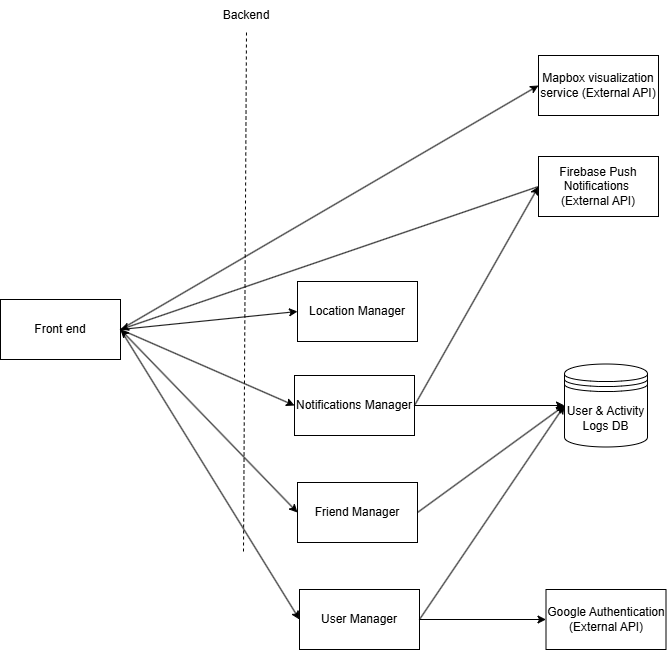
The draw.io diagram documentation/images/M4/Dependency-Diagram.png in dorawyy/CPEN321_CMIYC, before a commit. Source tidied: cells renumbered, new cells last; positions are measured from the earlier drawing's top-left corner, leaving out a move shared by most shapes.
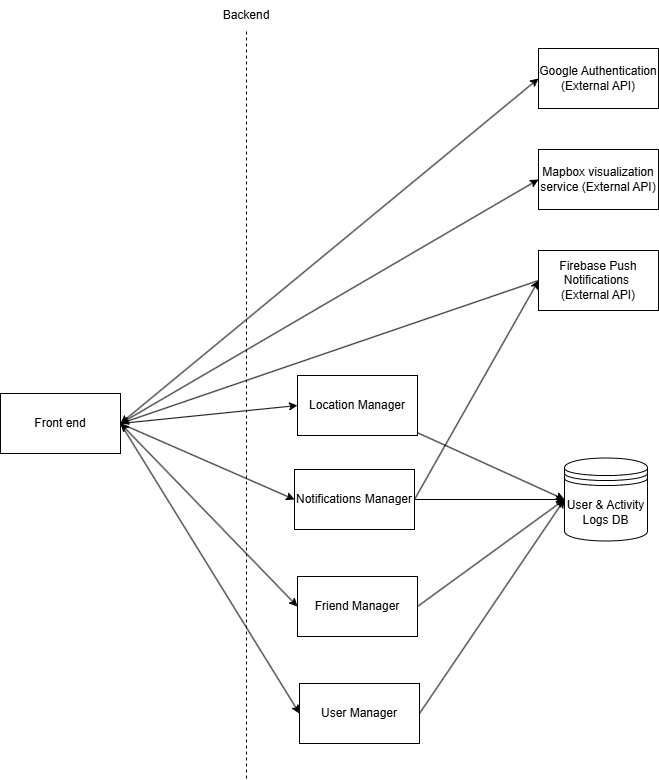
Later version of the same file.

What changed in the source:
```diff
@@ -5,14 +5,20 @@
     <mxCell id="2" style="rounded=0;jettySize=auto;html=1;exitX=1;exitY=0.5;exitDx=0;exitDy=0;entryX=0;entryY=0.5;entryDx=0;entryDy=0;startArrow=classic;startFill=1;" parent="1" edge="1" source="3" target="23">
       <mxGeometry relative="1" as="geometry" />
     </mxCell>
+    <mxCell id="24" style="rounded=0;jettySize=auto;html=1;entryX=0;entryY=0.5;entryDx=0;entryDy=0;exitX=1;exitY=0.5;exitDx=0;exitDy=0;startArrow=classic;startFill=1;" parent="1" edge="1" source="3" target="8">
+      <mxGeometry relative="1" as="geometry" />
+    </mxCell>
     <mxCell id="3" value="Front end" style="rounded=0;whiteSpace=wrap;html=1;" parent="1" vertex="1">
       <mxGeometry y="299" width="120" height="60" as="geometry" />
     </mxCell>
     <mxCell id="4" style="endArrow=none;dashed=1;html=1;rounded=0;entryX=0.5;entryY=1;entryDx=0;entryDy=0;" parent="1" edge="1" target="21">
       <mxGeometry relative="1" as="geometry">
-        <mxPoint x="243" y="551" as="sourcePoint" />
+        <mxPoint x="246" y="684" as="sourcePoint" />
       </mxGeometry>
     </mxCell>
+    <mxCell id="25" style="rounded=0;jettySize=auto;html=1;entryX=0;entryY=0.5;entryDx=0;entryDy=0;" parent="1" edge="1" source="5" target="10">
+      <mxGeometry relative="1" as="geometry" />
+    </mxCell>
     <mxCell id="5" value="Location Manager" style="rounded=0;whiteSpace=wrap;html=1;" parent="1" vertex="1">
       <mxGeometry x="297" y="281" width="120" height="60" as="geometry" />
     </mxCell>
@@ -22,9 +28,6 @@
     <mxCell id="7" value="User Manager" style="rounded=0;whiteSpace=wrap;html=1;" parent="1" vertex="1">
       <mxGeometry x="299" y="589" width="120" height="60" as="geometry" />
     </mxCell>
-    <mxCell id="8" value="Google Authentication (External API)" style="rounded=0;whiteSpace=wrap;html=1;" parent="1" vertex="1">
-      <mxGeometry x="545.5" y="589" width="120" height="60" as="geometry" />
-    </mxCell>
     <mxCell id="9" value="Mapbox visualization service (External API)" style="rounded=0;whiteSpace=wrap;html=1;" parent="1" vertex="1">
       <mxGeometry x="538" y="55" width="120" height="60" as="geometry" />
     </mxCell>
@@ -43,9 +46,6 @@
     <mxCell id="14" style="endArrow=classic;html=1;rounded=0;exitX=1;exitY=0.5;exitDx=0;exitDy=0;entryX=0;entryY=0.5;entryDx=0;entryDy=0;" parent="1" edge="1" source="3" target="7">
       <mxGeometry relative="1" as="geometry" />
     </mxCell>
-    <mxCell id="15" style="endArrow=classic;html=1;rounded=0;exitX=1;exitY=0.5;exitDx=0;exitDy=0;entryX=0;entryY=0.5;entryDx=0;entryDy=0;" parent="1" edge="1" source="7" target="8">
-      <mxGeometry relative="1" as="geometry" />
-    </mxCell>
     <mxCell id="16" style="endArrow=classic;html=1;rounded=0;exitX=1;exitY=0.5;exitDx=0;exitDy=0;entryX=0;entryY=0.5;entryDx=0;entryDy=0;" parent="1" edge="1" source="7" target="10">
       <mxGeometry relative="1" as="geometry" />
     </mxCell>
@@ -62,7 +62,7 @@
       <mxGeometry relative="1" as="geometry" />
     </mxCell>
     <mxCell id="21" value="Backend" style="text;html=1;align=center;verticalAlign=middle;whiteSpace=wrap;rounded=0;" parent="1" vertex="1">
-      <mxGeometry x="216" width="60" height="30" as="geometry" />
+      <mxGeometry x="216" y="-94" width="60" height="30" as="geometry" />
     </mxCell>
     <mxCell id="22" style="rounded=0;jettySize=auto;html=1;entryX=0;entryY=0.5;entryDx=0;entryDy=0;exitX=1;exitY=0.5;exitDx=0;exitDy=0;" parent="1" edge="1" source="23" target="10">
       <mxGeometry relative="1" as="geometry" />
@@ -70,5 +70,8 @@
     <mxCell id="23" value="Friend Manager" style="rounded=0;whiteSpace=wrap;html=1;" parent="1" vertex="1">
       <mxGeometry x="297" y="482" width="120" height="60" as="geometry" />
     </mxCell>
+    <mxCell id="8" value="Google Authentication (External API)" style="rounded=0;whiteSpace=wrap;html=1;" parent="1" vertex="1">
+      <mxGeometry x="538" y="-46" width="120" height="60" as="geometry" />
+    </mxCell>
   </root>
 </mxGraphModel>
```
